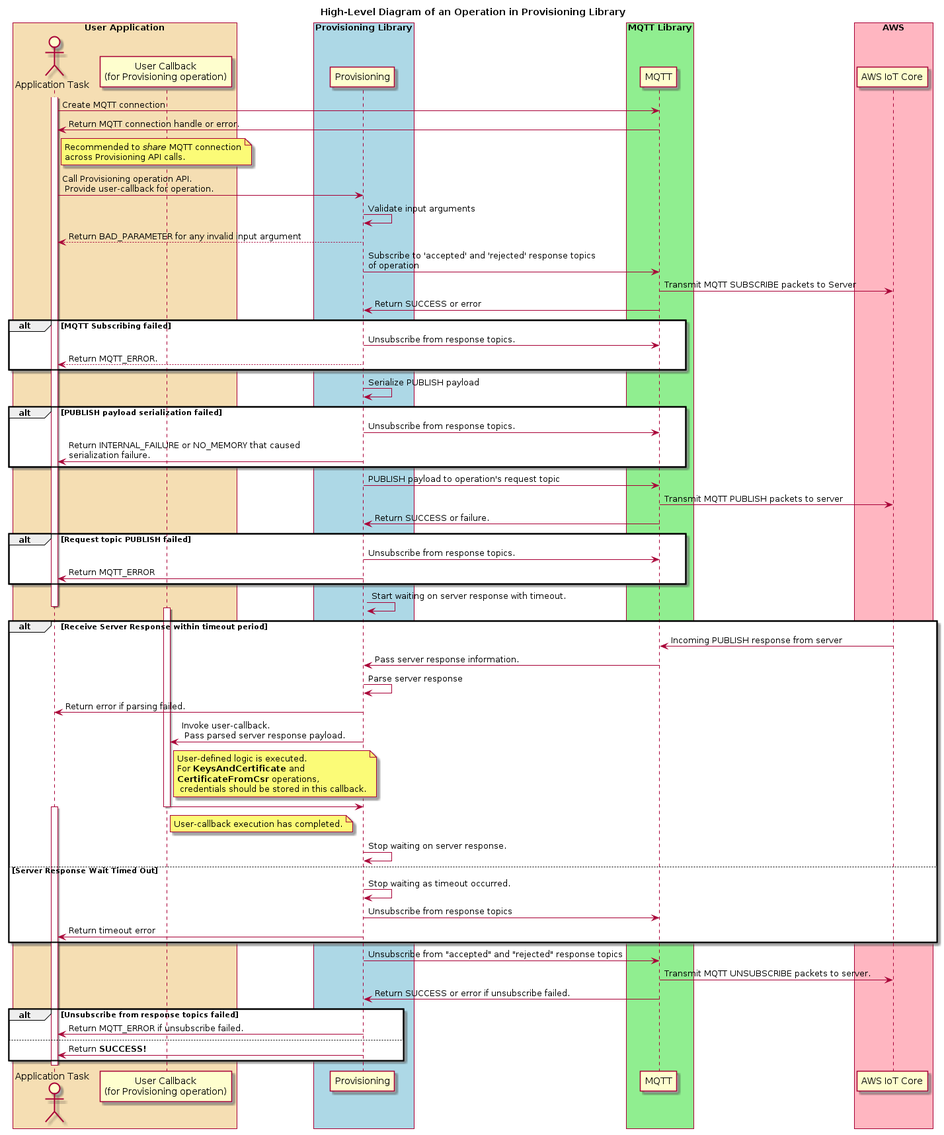
Before: doc/plantuml/images/provisioning_operation_highlevel_design.png, a diagram exported from PlantUML (aws/aws-iot-device-sdk-embedded-C).
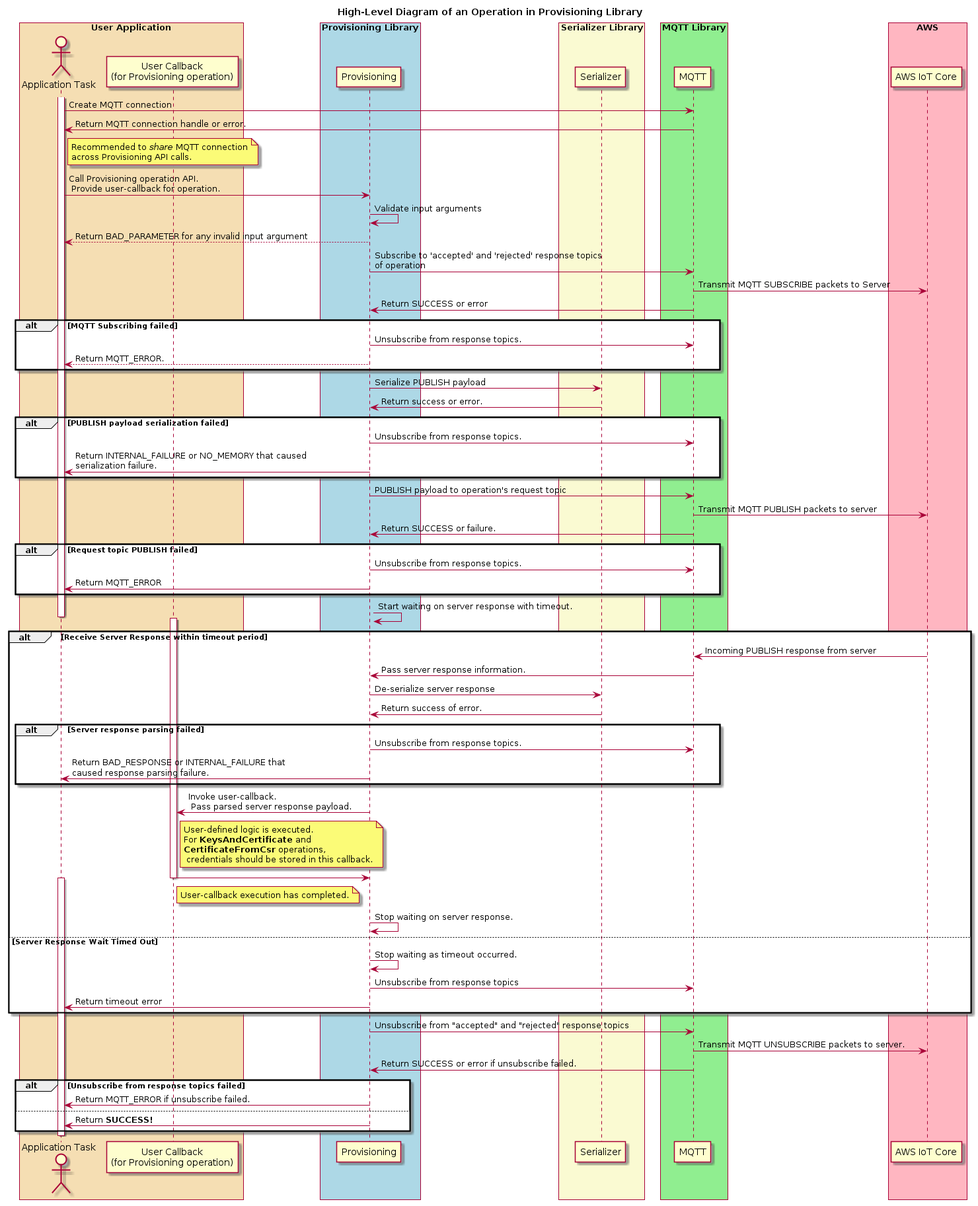
After the change.

Commit message:
Add serializer library as a component in the High Level Provisioning design

Change to the diagram source:
```diff
@@ -12,6 +12,10 @@
 
 box "Provisioning Library" #LightBlue
 participant "Provisioning" as provisioning
+end box
+
+box "Serializer Library" #LightGoldenRodYellow
+participant "Serializer" as serializer
 end box
 
 box "MQTT Library" #LightGreen
@@ -41,7 +45,8 @@
 provisioning --> app: Return MQTT_ERROR.
 end alt
 
-provisioning -> provisioning: Serialize PUBLISH payload
+provisioning -> serializer: Serialize PUBLISH payload
+serializer -> provisioning: Return success or error.
 alt PUBLISH payload serialization failed
 provisioning -> mqtt: Unsubscribe from response topics.
 provisioning -> app: Return INTERNAL_FAILURE or NO_MEMORY that caused\nserialization failure.
@@ -61,8 +66,12 @@
 activate callback
 aws -> mqtt : Incoming PUBLISH response from server
 mqtt -> provisioning: Pass server response information.
-provisioning -> provisioning: Parse server response
-provisioning -> app: Return error if parsing failed.
+provisioning -> serializer: De-serialize server response
+serializer -> provisioning: Return success of error.
+alt Server response parsing failed
+provisioning -> mqtt: Unsubscribe from response topics.
+provisioning -> app: Return BAD_RESPONSE or INTERNAL_FAILURE that\ncaused response parsing failure.
+end alt
 provisioning -> callback: Invoke user-callback.\n Pass parsed server response payload.
 note right of callback: User-defined logic is executed.\nFor <b>KeysAndCertificate</b> and\n<b>CertificateFromCsr</b> operations,\n credentials should be stored in this callback.
 callback -> provisioning
```
